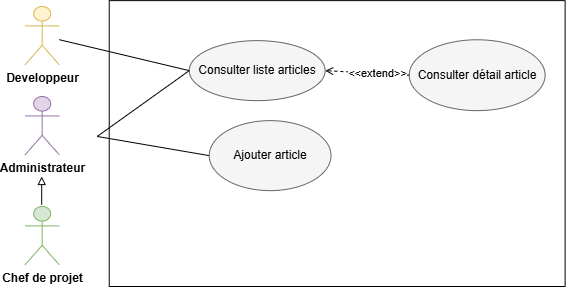
rihab-dev/Rapport-PFE keeps this draw.io diagram as Images/Diagramme Base de connaissance.drawio.png. Above is the earlier version. Source tidied: cells renumbered, new cells last; positions are measured from the earlier drawing's top-left corner, leaving out a move shared by most shapes.
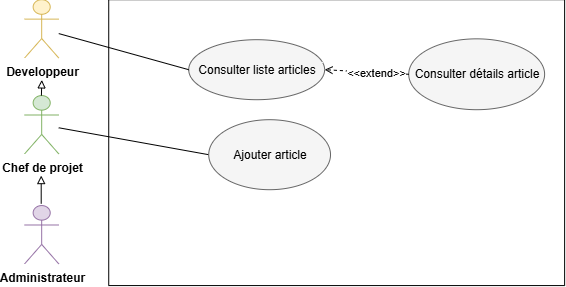
After the commit.

The edit, as a diff of the source:
```diff
@@ -3,50 +3,49 @@
     <mxCell id="0" />
     <mxCell id="1" parent="0" />
     <mxCell id="2" value="&lt;b&gt;Developpeur&lt;/b&gt;" style="shape=umlActor;verticalLabelPosition=bottom;verticalAlign=top;html=1;outlineConnect=0;fillColor=#fff2cc;strokeColor=#d6b656;" parent="1" vertex="1">
-      <mxGeometry x="-0.4" y="6" width="34.1" height="58.3" as="geometry" />
+      <mxGeometry x="1210.6" y="1142.7" width="34.1" height="58.3" as="geometry" />
     </mxCell>
-    <mxCell id="3" style="endArrow=none;html=1;rounded=0;entryX=0;entryY=0.5;entryDx=0;entryDy=0;" parent="1" edge="1" target="9">
-      <mxGeometry relative="1" as="geometry">
-        <mxPoint x="72" y="136" as="sourcePoint" />
-      </mxGeometry>
-    </mxCell>
-    <mxCell id="4" style="swimlane;startSize=0;" parent="1" vertex="1">
-      <mxGeometry x="83.7" y="0.1" width="455.9" height="285.9" as="geometry" />
-    </mxCell>
+    <mxCell id="15" style="endArrow=none;html=1;rounded=0;entryX=0;entryY=0.5;entryDx=0;entryDy=0;" parent="1" edge="1" source="11" target="9">
+      <mxGeometry relative="1" as="geometry" />
+    </mxCell>
+    <mxCell id="16" style="swimlane;startSize=0;" parent="1" vertex="1">
+      <mxGeometry x="1294.7" y="1142.7" width="455.9" height="285.9" as="geometry" />
+    </mxCell>
-    <mxCell id="5" value="&lt;div style=&quot;text-align: start;&quot;&gt;&lt;span style=&quot;background-color: transparent; color: light-dark(rgb(0, 0, 0), rgb(237, 237, 237));&quot;&gt;Consulter liste articles&lt;/span&gt;&lt;/div&gt;" style="ellipse;whiteSpace=wrap;html=1;fillColor=#f5f5f5;fontColor=#000000;strokeColor=#666666;" parent="4" vertex="1">
+    <mxCell id="5" value="&lt;div style=&quot;text-align: start;&quot;&gt;&lt;span style=&quot;background-color: transparent; color: light-dark(rgb(0, 0, 0), rgb(237, 237, 237));&quot;&gt;Consulter liste articles&lt;/span&gt;&lt;/div&gt;" style="ellipse;whiteSpace=wrap;html=1;fillColor=#f5f5f5;fontColor=#000000;strokeColor=#666666;" parent="16" vertex="1">
       <mxGeometry x="80" y="40" width="135.9" height="60" as="geometry" />
     </mxCell>
-    <mxCell id="6" value="&lt;div style=&quot;text-align: start;&quot;&gt;Consulter détail article&lt;/div&gt;" style="ellipse;whiteSpace=wrap;html=1;fillColor=#f5f5f5;fontColor=#000000;strokeColor=#666666;" parent="4" vertex="1">
-      <mxGeometry x="300" y="39.1" width="135.9" height="70.9" as="geometry" />
-    </mxCell>
-    <mxCell id="7" style="endArrow=open;html=1;rounded=0;exitX=0;exitY=0.5;exitDx=0;exitDy=0;endFill=0;dashed=1;entryX=1;entryY=0.5;entryDx=0;entryDy=0;" parent="4" edge="1" source="6" target="5">
-      <mxGeometry relative="1" as="geometry" />
-    </mxCell>
+    <mxCell id="17" value="&lt;div style=&quot;text-align: start;&quot;&gt;Consulter détails article&lt;/div&gt;" style="ellipse;whiteSpace=wrap;html=1;fillColor=#f5f5f5;fontColor=#000000;strokeColor=#666666;" parent="16" vertex="1">
+      <mxGeometry x="300" y="39.1" width="135.9" height="70.9" as="geometry" />
+    </mxCell>
+    <mxCell id="18" style="endArrow=open;html=1;rounded=0;exitX=0;exitY=0.5;exitDx=0;exitDy=0;endFill=0;dashed=1;entryX=1;entryY=0.5;entryDx=0;entryDy=0;" parent="16" edge="1" source="17" target="5">
+      <mxGeometry relative="1" as="geometry" />
+    </mxCell>
-    <mxCell id="8" value="&amp;lt;&amp;lt;extend&amp;gt;&amp;gt;" style="edgeLabel;html=1;align=center;verticalAlign=middle;" parent="7" vertex="1">
+    <mxCell id="8" value="&amp;lt;&amp;lt;extend&amp;gt;&amp;gt;" style="edgeLabel;html=1;align=center;verticalAlign=middle;" parent="18" vertex="1">
       <mxGeometry x="-0.22" relative="1" as="geometry" />
     </mxCell>
-    <mxCell id="9" value="&lt;div style=&quot;text-align: start;&quot;&gt;&lt;span style=&quot;background-color: transparent; color: light-dark(rgb(0, 0, 0), rgb(237, 237, 237));&quot;&gt;Ajouter article&lt;/span&gt;&lt;/div&gt;" style="ellipse;whiteSpace=wrap;html=1;fillColor=#f5f5f5;fontColor=#000000;strokeColor=#666666;" parent="4" vertex="1">
+    <mxCell id="9" value="&lt;div style=&quot;text-align: start;&quot;&gt;&lt;span style=&quot;background-color: transparent; color: light-dark(rgb(0, 0, 0), rgb(237, 237, 237));&quot;&gt;Ajouter article&lt;/span&gt;&lt;/div&gt;" style="ellipse;whiteSpace=wrap;html=1;fillColor=#f5f5f5;fontColor=#000000;strokeColor=#666666;" parent="16" vertex="1">
       <mxGeometry x="100" y="120" width="121.8" height="70" as="geometry" />
     </mxCell>
-    <mxCell id="10" style="endArrow=none;html=1;rounded=0;entryX=0;entryY=0.5;entryDx=0;entryDy=0;" parent="4" edge="1" target="5">
-      <mxGeometry relative="1" as="geometry">
-        <mxPoint x="-12.1" y="135.9" as="sourcePoint" />
-      </mxGeometry>
-    </mxCell>
+    <mxCell id="12" value="&lt;b&gt;Administrateur&lt;/b&gt;" style="shape=umlActor;verticalLabelPosition=bottom;verticalAlign=top;html=1;fillColor=#e1d5e7;strokeColor=#9673a6;" parent="1" vertex="1">
+      <mxGeometry x="1210.6" y="1348.6" width="34.1" height="58.3" as="geometry" />
+    </mxCell>
     <mxCell id="11" value="&lt;b&gt;Chef de projet&lt;/b&gt;" style="shape=umlActor;verticalLabelPosition=bottom;verticalAlign=top;html=1;outlineConnect=0;fillColor=#d5e8d4;strokeColor=#82b366;" parent="1" vertex="1">
-      <mxGeometry x="-0.4" y="206" width="34.1" height="58.3" as="geometry" />
+      <mxGeometry x="1210.6" y="1238.6" width="34.1" height="58.3" as="geometry" />
     </mxCell>
-    <mxCell id="12" value="&lt;b&gt;Administrateur&lt;/b&gt;" style="shape=umlActor;verticalLabelPosition=bottom;verticalAlign=top;html=1;fillColor=#e1d5e7;strokeColor=#9673a6;" parent="1" vertex="1">
-      <mxGeometry x="-0.4" y="96" width="34.1" height="58.3" as="geometry" />
-    </mxCell>
     <mxCell id="13" style="endArrow=none;html=1;rounded=0;entryX=0;entryY=0.5;entryDx=0;entryDy=0;" parent="1" edge="1" source="2" target="5">
       <mxGeometry relative="1" as="geometry" />
     </mxCell>
-    <mxCell id="14" style="endArrow=block;html=1;rounded=0;endFill=0;" parent="1" edge="1">
-      <mxGeometry relative="1" as="geometry">
-        <mxPoint x="16.2" y="204.2" as="sourcePoint" />
-        <mxPoint x="16.2" y="176" as="targetPoint" />
-      </mxGeometry>
-    </mxCell>
+    <mxCell id="19" style="endArrow=block;html=1;rounded=0;endFill=0;" parent="1" edge="1">
+      <mxGeometry relative="1" as="geometry">
+        <mxPoint x="1227.2" y="1346.8" as="sourcePoint" />
+        <mxPoint x="1227.2" y="1318.6" as="targetPoint" />
+      </mxGeometry>
+    </mxCell>
+    <mxCell id="20" style="endArrow=block;html=1;rounded=0;endFill=0;" parent="1" edge="1">
+      <mxGeometry relative="1" as="geometry">
+        <mxPoint x="1227.4" y="1238.6" as="sourcePoint" />
+        <mxPoint x="1227.8" y="1222.9" as="targetPoint" />
+      </mxGeometry>
+    </mxCell>
   </root>
 </mxGraphModel>
```
